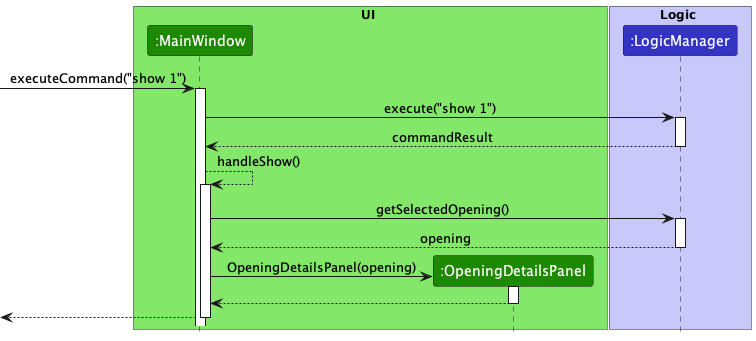
The PlantUML diagram docs/images/ShowSequenceDiagram.png in nus-cs2103-AY2223S2/tp, before a commit.
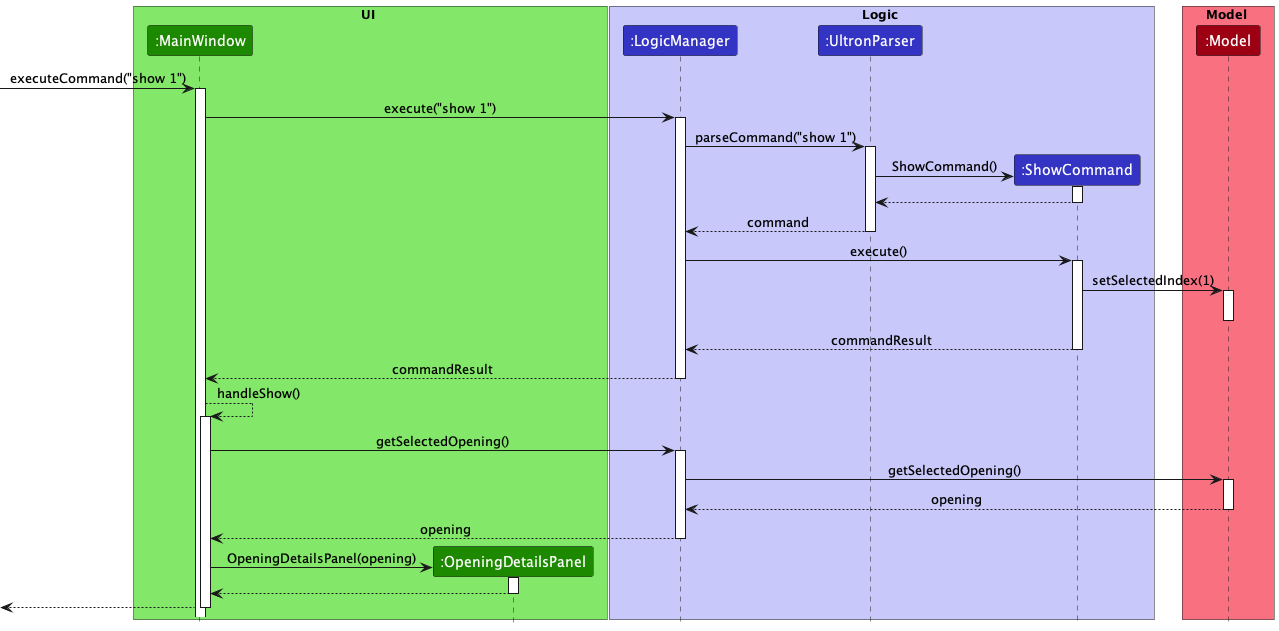
Above is the later version.

Commit message:
Update show sequence diagram, add optional contact enhancement and show command description to dg

Change to the diagram source:
```diff
@@ -8,7 +8,12 @@
 
 box Logic LOGIC_COLOR_T1
 participant ":LogicManager" as LogicManager LOGIC_COLOR
+participant ":UltronParser" as UltronParser LOGIC_COLOR
+participant ":ShowCommand" as ShowCommand LOGIC_COLOR
+end box
 
+box Model MODEL_COLOR_T1
+participant ":Model" as Model MODEL_COLOR
 end box
 
 [->MainWindow : executeCommand("show 1")
@@ -17,14 +22,45 @@
 MainWindow -> LogicManager : execute("show 1")
 activate LogicManager
 
+LogicManager -> UltronParser : parseCommand("show 1")
+activate UltronParser
+
+create ShowCommand
+
+UltronParser -> ShowCommand : ShowCommand()
+activate ShowCommand
+
+ShowCommand --> UltronParser
+deactivate ShowCommand
+
+UltronParser --> LogicManager : command
+deactivate UltronParser
+
+LogicManager -> ShowCommand : execute()
+activate ShowCommand
+
+ShowCommand -> Model : setSelectedIndex(1)
+activate Model
+
+deactivate Model
+
+ShowCommand --> LogicManager : commandResult
+deactivate ShowCommand
+
 LogicManager --> MainWindow : commandResult
 deactivate LogicManager
 
 MainWindow --> MainWindow : handleShow()
 activate MainWindow
 
-MainWindow ->LogicManager : getSelectedOpening()
+MainWindow -> LogicManager : getSelectedOpening()
 activate LogicManager
+
+LogicManager -> Model : getSelectedOpening()
+activate Model
+
+Model --> LogicManager : opening
+deactivate Model
 
 LogicManager --> MainWindow : opening
 deactivate LogicManager
```
